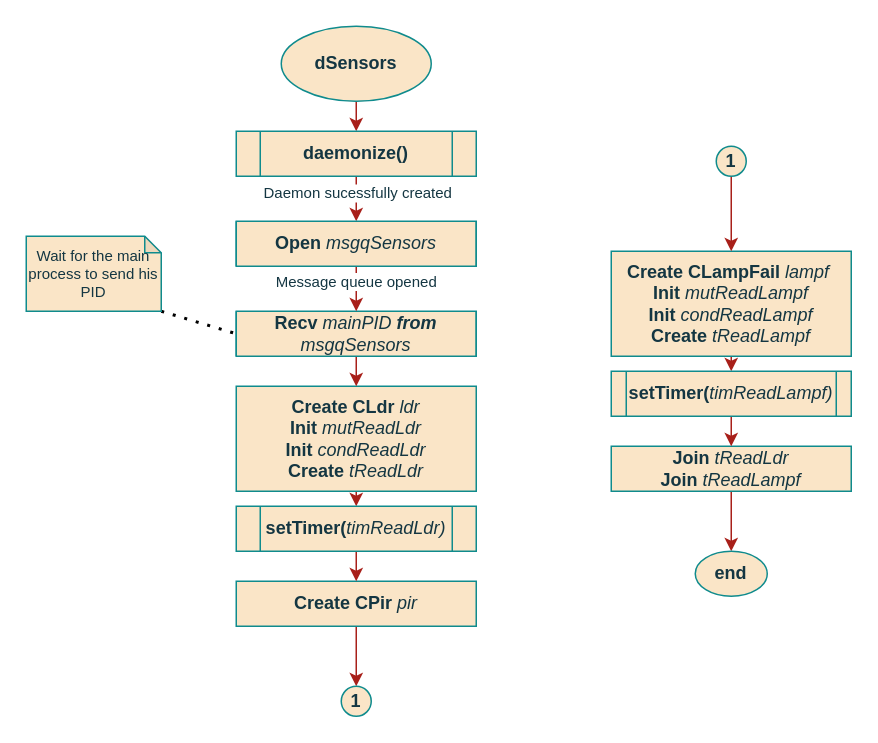
Above: page "dSensors" (5 of 5) of documentation/flowcharts/LS/LSThreads.drawio in ESRGgroup9/slipad (draw.io), before the change. Source tidied: cells renumbered, new cells numbered last; positions are measured from the earlier drawing's top-left corner, leaving out a move shared by most shapes. Both pictures are drawn from the tidied source at 150%, with x=0, y=0 at pixel (26, 26).
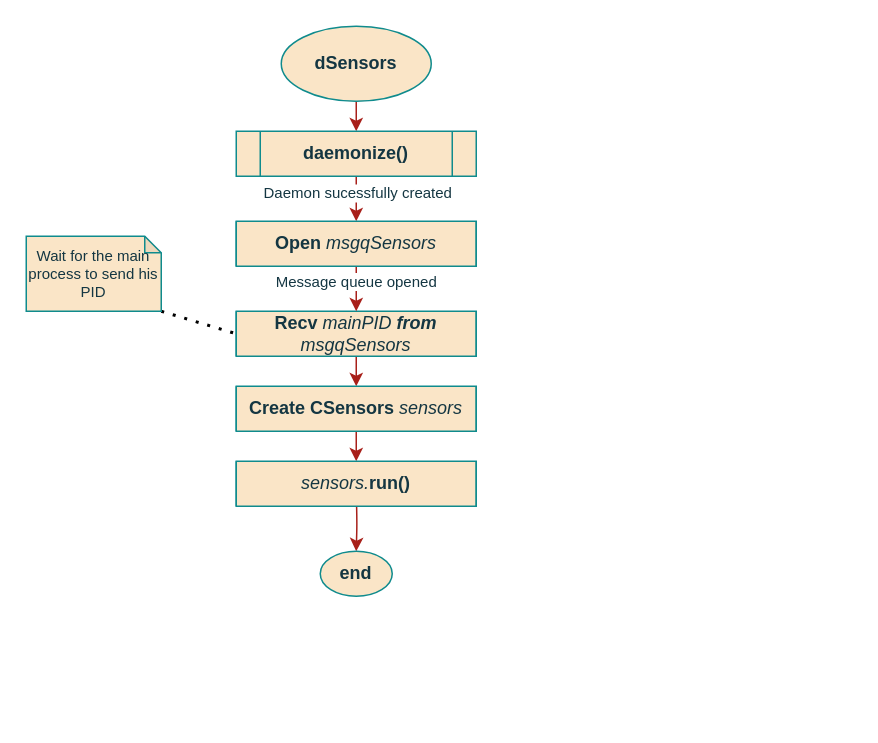
Above is the later version.

Change to the diagram source:
```diff
@@
-    <mxCell id="6" style="edgeStyle=orthogonalEdgeStyle;curved=0;rounded=1;sketch=0;jettySize=auto;html=1;exitX=0.5;exitY=1;exitDx=0;exitDy=0;entryX=0.5;entryY=0;entryDx=0;entryDy=0;fontSize=10;fontColor=#143642;strokeColor=#A8201A;fillColor=#FAE5C7;" parent="1" edge="1" source="7" target="17">
-      <mxGeometry relative="1" as="geometry" />
-    </mxCell>
-    <mxCell id="7" value="&lt;div&gt;&lt;b&gt;Create CLdr &lt;/b&gt;&lt;i&gt;ldr&lt;/i&gt;&lt;br&gt;&lt;b&gt;&lt;/b&gt;&lt;/div&gt;&lt;div&gt;&lt;b&gt;Init &lt;/b&gt;&lt;i&gt;mutReadLdr&lt;/i&gt;&lt;b&gt;&lt;br&gt;&lt;/b&gt;&lt;/div&gt;&lt;div&gt;&lt;b&gt;Init&lt;/b&gt;  &lt;i&gt;condReadLdr&lt;/i&gt;&lt;/div&gt;&lt;div&gt;&lt;b&gt;Create&lt;/b&gt;&lt;i&gt;&lt;b&gt; &lt;/b&gt;tReadLdr&lt;br&gt;&lt;/i&gt;&lt;/div&gt;" style="rounded=0;whiteSpace=wrap;html=1;sketch=0;fontColor=#143642;strokeColor=#0F8B8D;fillColor=#FAE5C7;fontFamily=Helvetica;align=center;" parent="1" vertex="1">
-      <mxGeometry x="140" y="240" width="160" height="70" as="geometry" />
-    </mxCell>
@@
-    <mxCell id="12" style="edgeStyle=orthogonalEdgeStyle;curved=0;rounded=1;sketch=0;jettySize=auto;html=1;exitX=0.5;exitY=1;exitDx=0;exitDy=0;entryX=0.5;entryY=0;entryDx=0;entryDy=0;fontSize=10;fontColor=#143642;strokeColor=#A8201A;fillColor=#FAE5C7;" parent="1" edge="1" source="13" target="26">
-      <mxGeometry relative="1" as="geometry" />
-    </mxCell>
-    <mxCell id="13" value="&lt;div&gt;&lt;b&gt;Create CPir &lt;/b&gt;&lt;i&gt;pir&lt;/i&gt;&lt;br&gt;&lt;/div&gt;" style="rounded=0;whiteSpace=wrap;html=1;sketch=0;fontColor=#143642;strokeColor=#0F8B8D;fillColor=#FAE5C7;fontFamily=Helvetica;align=center;" parent="1" vertex="1">
-      <mxGeometry x="140" y="370" width="160" height="30" as="geometry" />
-    </mxCell>
-    <mxCell id="14" style="edgeStyle=orthogonalEdgeStyle;curved=0;rounded=1;sketch=0;jettySize=auto;html=1;exitX=0.5;exitY=1;exitDx=0;exitDy=0;entryX=0.5;entryY=0;entryDx=0;entryDy=0;fontSize=10;fontColor=#143642;strokeColor=#A8201A;fillColor=#FAE5C7;" parent="1" edge="1" source="15" target="22">
-      <mxGeometry relative="1" as="geometry" />
-    </mxCell>
-    <mxCell id="15" value="&lt;div&gt;&lt;b&gt;Create CLampFail &lt;/b&gt;&lt;i&gt;lampf&lt;/i&gt;&lt;b&gt;&amp;nbsp;&lt;/b&gt;&lt;/div&gt;&lt;div&gt;&lt;div&gt;&lt;b&gt;Init &lt;/b&gt;&lt;i&gt;mutReadLampf&lt;/i&gt;&lt;b&gt;&lt;br&gt;&lt;/b&gt;&lt;/div&gt;&lt;div&gt;&lt;b&gt;Init&lt;/b&gt;  &lt;i&gt;condReadL&lt;/i&gt;&lt;i&gt;ampf&lt;/i&gt;&lt;/div&gt;&lt;div&gt;&lt;b&gt;Create&lt;/b&gt;&lt;i&gt;&lt;b&gt; &lt;/b&gt;tReadL&lt;/i&gt;&lt;i&gt;ampf&lt;/i&gt;&lt;/div&gt;&lt;/div&gt;" style="rounded=0;whiteSpace=wrap;html=1;sketch=0;fontColor=#143642;strokeColor=#0F8B8D;fillColor=#FAE5C7;fontFamily=Helvetica;align=center;" parent="1" vertex="1">
-      <mxGeometry x="390" y="150" width="160" height="70" as="geometry" />
-    </mxCell>
-    <mxCell id="16" style="edgeStyle=orthogonalEdgeStyle;curved=0;rounded=1;sketch=0;jettySize=auto;html=1;exitX=0.5;exitY=1;exitDx=0;exitDy=0;entryX=0.5;entryY=0;entryDx=0;entryDy=0;fontSize=10;fontColor=#143642;strokeColor=#A8201A;fillColor=#FAE5C7;" parent="1" edge="1" source="17" target="13">
-      <mxGeometry relative="1" as="geometry" />
-    </mxCell>
-    <mxCell id="17" value="setTimer(&lt;span style=&quot;font-weight: normal&quot;&gt;&lt;i&gt;timReadLdr)&lt;/i&gt;&lt;/span&gt;" style="shape=process;whiteSpace=wrap;html=1;backgroundOutline=1;rounded=0;sketch=0;fontColor=#143642;strokeColor=#0F8B8D;fillColor=#FAE5C7;fontStyle=1;" parent="1" vertex="1">
-      <mxGeometry x="140" y="320" width="160" height="30" as="geometry" />
-    </mxCell>
@@
-    <mxCell id="19" style="edgeStyle=orthogonalEdgeStyle;curved=0;rounded=1;sketch=0;jettySize=auto;html=1;exitX=0.5;exitY=1;exitDx=0;exitDy=0;entryX=0.5;entryY=0;entryDx=0;entryDy=0;fontSize=10;fontColor=#143642;strokeColor=#A8201A;fillColor=#FAE5C7;" parent="1" edge="1" source="20" target="23">
-      <mxGeometry relative="1" as="geometry" />
+    <mxCell id="19" style="edgeStyle=orthogonalEdgeStyle;curved=0;rounded=1;sketch=0;jettySize=auto;html=1;exitX=0.5;exitY=1;exitDx=0;exitDy=0;entryX=0.5;entryY=0;entryDx=0;entryDy=0;fontSize=10;fontColor=#143642;strokeColor=#A8201A;fillColor=#FAE5C7;" parent="1" edge="1" target="23">
+      <mxGeometry relative="1" as="geometry">
+        <mxPoint x="220" y="310" as="sourcePoint" />
+      </mxGeometry>
     </mxCell>
-    <mxCell id="20" value="&lt;div&gt;&lt;b&gt;Join &lt;/b&gt;&lt;i&gt;tReadLdr&lt;/i&gt;&lt;/div&gt;&lt;div&gt;&lt;b&gt;Join &lt;/b&gt;&lt;i&gt;tReadLampf&lt;/i&gt;&lt;/div&gt;" style="rounded=0;whiteSpace=wrap;html=1;sketch=0;fontColor=#143642;strokeColor=#0F8B8D;fillColor=#FAE5C7;fontFamily=Helvetica;align=center;" parent="1" vertex="1">
-      <mxGeometry x="390" y="280" width="160" height="30" as="geometry" />
-    </mxCell>
-    <mxCell id="21" style="edgeStyle=orthogonalEdgeStyle;curved=0;rounded=1;sketch=0;jettySize=auto;html=1;exitX=0.5;exitY=1;exitDx=0;exitDy=0;entryX=0.5;entryY=0;entryDx=0;entryDy=0;fontSize=10;fontColor=#143642;strokeColor=#A8201A;fillColor=#FAE5C7;" parent="1" edge="1" source="22" target="20">
-      <mxGeometry relative="1" as="geometry" />
-    </mxCell>
-    <mxCell id="22" value="setTimer(&lt;span style=&quot;font-weight: normal&quot;&gt;&lt;i&gt;timReadLampf)&lt;/i&gt;&lt;/span&gt;" style="shape=process;whiteSpace=wrap;html=1;backgroundOutline=1;rounded=0;sketch=0;fontColor=#143642;strokeColor=#0F8B8D;fillColor=#FAE5C7;fontStyle=1;size=0.0625;" parent="1" vertex="1">
-      <mxGeometry x="390" y="230" width="160" height="30" as="geometry" />
-    </mxCell>
     <mxCell id="23" value="end" style="ellipse;whiteSpace=wrap;html=1;fillColor=#FAE5C7;strokeColor=#0F8B8D;fontColor=#143642;fontStyle=1;" parent="1" vertex="1">
-      <mxGeometry x="446" y="350" width="48" height="30" as="geometry" />
+      <mxGeometry x="196" y="350" width="48" height="30" as="geometry" />
     </mxCell>
@@
-    <mxCell id="26" value="1" style="ellipse;whiteSpace=wrap;html=1;fontFamily=Helvetica;fillColor=#FAE5C7;strokeColor=#0F8B8D;fontColor=#143642;fontStyle=1;" parent="1" vertex="1">
-      <mxGeometry x="210" y="440" width="20" height="20" as="geometry" />
-    </mxCell>
-    <mxCell id="27" style="edgeStyle=orthogonalEdgeStyle;curved=0;rounded=1;sketch=0;jettySize=auto;html=1;exitX=0.5;exitY=1;exitDx=0;exitDy=0;fontSize=10;fontColor=#143642;strokeColor=#A8201A;fillColor=#FAE5C7;" parent="1" edge="1" source="28" target="15">
-      <mxGeometry relative="1" as="geometry" />
-    </mxCell>
-    <mxCell id="28" value="1" style="ellipse;whiteSpace=wrap;html=1;fontFamily=Helvetica;fillColor=#FAE5C7;strokeColor=#0F8B8D;fontColor=#143642;fontStyle=1;" parent="1" vertex="1">
-      <mxGeometry x="460" y="80" width="20" height="20" as="geometry" />
-    </mxCell>
+    <mxCell id="29" style="edgeStyle=orthogonalEdgeStyle;rounded=0;sketch=0;jettySize=auto;html=1;exitX=0.5;exitY=1;exitDx=0;exitDy=0;entryX=0.5;entryY=0;entryDx=0;entryDy=0;fontSize=10;fontColor=#143642;endArrow=classic;endFill=1;strokeColor=#A8201A;fillColor=#FAE5C7;" parent="1" edge="1" source="30" target="31">
+      <mxGeometry relative="1" as="geometry" />
+    </mxCell>
+    <mxCell id="30" value="Create CSensors &lt;i&gt;&lt;span style=&quot;font-weight: normal&quot;&gt;sensors&lt;/span&gt;&lt;/i&gt;" style="shape=process;whiteSpace=wrap;html=1;backgroundOutline=1;rounded=0;sketch=0;fontColor=#143642;strokeColor=#0F8B8D;fillColor=#FAE5C7;fontStyle=1;size=0;" parent="1" vertex="1">
+      <mxGeometry x="140" y="240" width="160" height="30" as="geometry" />
+    </mxCell>
+    <mxCell id="31" value="&lt;i&gt;&lt;span style=&quot;font-weight: normal&quot;&gt;sensors.&lt;/span&gt;&lt;/i&gt;&lt;span style=&quot;font-weight: normal&quot;&gt;&lt;b&gt;run()&lt;/b&gt;&lt;/span&gt;" style="shape=process;whiteSpace=wrap;html=1;backgroundOutline=1;rounded=0;sketch=0;fontColor=#143642;strokeColor=#0F8B8D;fillColor=#FAE5C7;fontStyle=1;size=0;" parent="1" vertex="1">
+      <mxGeometry x="140" y="290" width="160" height="30" as="geometry" />
+    </mxCell>
```
